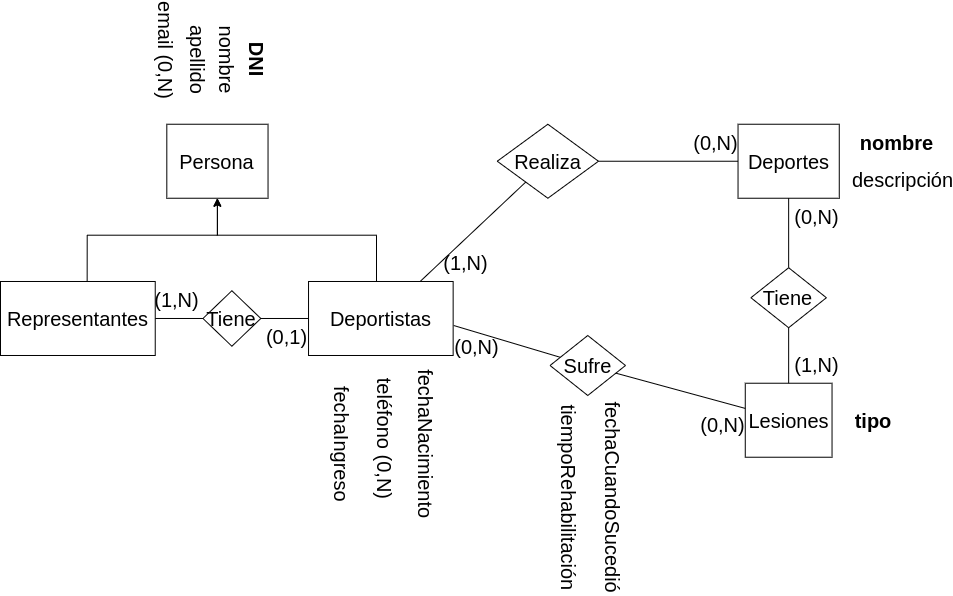
c97Ernesto/DisenioBasesDatos keeps this draw.io diagram as Practica/Practica1/drawios-png/ejercicio06P1.drawio.png. Above is the earlier version. Source tidied: cells renumbered, new cells last; positions are measured from the earlier drawing's top-left corner, leaving out a move shared by most shapes.
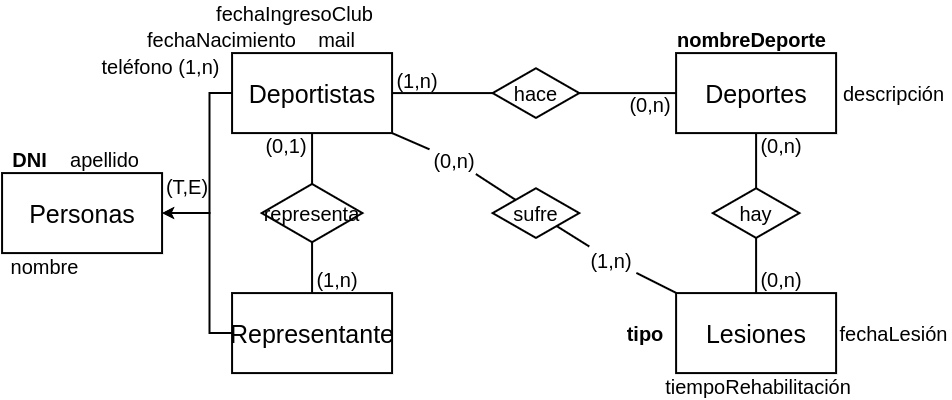
After the change.

Diff of the diagram source:
```diff
@@ -2,132 +2,141 @@
   <root>
     <mxCell id="0" />
     <mxCell id="1" parent="0" />
-    <mxCell id="2" value="Persona" style="whiteSpace=wrap;html=1;align=center;fontSize=20;" parent="1" vertex="1">
-      <mxGeometry x="166.3" y="92.7" width="101.2" height="74" as="geometry" />
-    </mxCell>
-    <mxCell id="3" value="Deportes" style="whiteSpace=wrap;html=1;align=center;fontSize=20;" parent="1" vertex="1">
-      <mxGeometry x="737.5" y="92.7" width="101.2" height="74" as="geometry" />
-    </mxCell>
-    <mxCell id="4" value="Realiza" style="shape=rhombus;perimeter=rhombusPerimeter;whiteSpace=wrap;html=1;align=center;fontSize=20;" parent="1" vertex="1">
-      <mxGeometry x="496.8" y="92.7" width="101.2" height="74" as="geometry" />
-    </mxCell>
+    <mxCell id="41" value="&lt;span style=&quot;font-size: 25px;&quot;&gt;Personas&lt;/span&gt;" style="whiteSpace=wrap;html=1;align=center;fontSize=20;strokeWidth=2;" parent="1" vertex="1">
+      <mxGeometry x="57.6" y="210.6" width="160" height="80" as="geometry" />
+    </mxCell>
+    <mxCell id="42" style="edgeStyle=orthogonalEdgeStyle;rounded=0;jettySize=auto;html=1;strokeWidth=2;" parent="1" edge="1" source="43" target="41">
+      <mxGeometry relative="1" as="geometry">
+        <Array as="points">
+          <mxPoint x="265" y="370.6" />
+          <mxPoint x="265" y="250.6" />
+        </Array>
+      </mxGeometry>
+    </mxCell>
+    <mxCell id="43" value="&lt;span style=&quot;font-size: 25px;&quot;&gt;Representante&lt;/span&gt;" style="whiteSpace=wrap;html=1;align=center;fontSize=20;strokeWidth=2;" parent="1" vertex="1">
+      <mxGeometry x="287.6" y="330.6" width="160" height="80" as="geometry" />
+    </mxCell>
+    <mxCell id="44" style="edgeStyle=orthogonalEdgeStyle;rounded=0;jettySize=auto;html=1;strokeWidth=2;" parent="1" edge="1" source="14" target="41">
+      <mxGeometry relative="1" as="geometry">
+        <Array as="points">
+          <mxPoint x="265" y="130.6" />
+          <mxPoint x="265" y="250.6" />
+        </Array>
+      </mxGeometry>
+    </mxCell>
+    <mxCell id="14" value="&lt;span style=&quot;font-size: 25px;&quot;&gt;Deportistas&lt;/span&gt;" style="whiteSpace=wrap;html=1;align=center;fontSize=20;strokeWidth=2;" parent="1" vertex="1">
+      <mxGeometry x="287.6" y="90.6" width="160" height="80" as="geometry" />
+    </mxCell>
+    <mxCell id="33" value="apellido" style="text;html=1;strokeColor=none;fillColor=none;align=center;verticalAlign=middle;whiteSpace=wrap;rounded=0;fontSize=20;strokeWidth=1;" parent="1" vertex="1">
+      <mxGeometry x="115" y="184" width="90.6" height="26.6" as="geometry" />
+    </mxCell>
+    <mxCell id="45" value="nombre" style="text;html=1;strokeColor=none;fillColor=none;align=center;verticalAlign=middle;whiteSpace=wrap;rounded=0;fontSize=20;" parent="1" vertex="1">
+      <mxGeometry x="55.6" y="290.6" width="89.4" height="26.6" as="geometry" />
+    </mxCell>
-    <mxCell id="5" value="&lt;b style=&quot;font-size: 20px;&quot;&gt;DNI&lt;/b&gt;" style="text;html=1;strokeColor=none;fillColor=none;align=center;verticalAlign=middle;whiteSpace=wrap;rounded=0;rotation=90;fontSize=20;" parent="1" vertex="1">
-      <mxGeometry x="214" y="9.5" width="86.8" height="37" as="geometry" />
+    <mxCell id="5" value="&lt;b&gt;DNI&lt;/b&gt;" style="text;html=1;strokeColor=none;fillColor=none;align=center;verticalAlign=middle;whiteSpace=wrap;rounded=0;fontSize=20;" parent="1" vertex="1">
+      <mxGeometry x="55.6" y="184" width="59.4" height="26.6" as="geometry" />
     </mxCell>
-    <mxCell id="6" value="fechaNacimiento" style="text;html=1;strokeColor=none;fillColor=none;align=center;verticalAlign=middle;whiteSpace=wrap;rounded=0;rotation=90;fontSize=20;" parent="1" vertex="1">
-      <mxGeometry x="354" y="394" width="144.8" height="37" as="geometry" />
+    <mxCell id="6" value="fechaNacimiento" style="text;html=1;strokeColor=none;fillColor=none;align=center;verticalAlign=middle;whiteSpace=wrap;rounded=0;fontSize=20;" parent="1" vertex="1">
+      <mxGeometry x="195" y="64" width="165.1" height="26.6" as="geometry" />
     </mxCell>
-    <mxCell id="7" value="teléfono (0,N)" style="text;html=1;strokeColor=none;fillColor=none;align=center;verticalAlign=middle;whiteSpace=wrap;rounded=0;rotation=90;fontSize=20;" parent="1" vertex="1">
-      <mxGeometry x="308" y="388.7" width="153.6" height="37" as="geometry" />
-    </mxCell>
-    <mxCell id="8" value="email (0,N)" style="text;html=1;strokeColor=none;fillColor=none;align=center;verticalAlign=middle;whiteSpace=wrap;rounded=0;rotation=90;fontSize=20;" parent="1" vertex="1">
-      <mxGeometry x="115.7" y="0.2" width="101.2" height="37" as="geometry" />
-    </mxCell>
-    <mxCell id="9" value="fechaIngreso" style="text;html=1;strokeColor=none;fillColor=none;align=center;verticalAlign=middle;whiteSpace=wrap;rounded=0;rotation=90;fontSize=20;" parent="1" vertex="1">
-      <mxGeometry x="279.9" y="394" width="125.7" height="37" as="geometry" />
-    </mxCell>
-    <mxCell id="10" value="&lt;b style=&quot;font-size: 20px;&quot;&gt;nombre&lt;/b&gt;" style="text;html=1;strokeColor=none;fillColor=none;align=center;verticalAlign=middle;whiteSpace=wrap;rounded=0;fontSize=20;" parent="1" vertex="1">
-      <mxGeometry x="853.2" y="92.7" width="86.8" height="37" as="geometry" />
-    </mxCell>
+    <mxCell id="46" value="mail" style="text;html=1;strokeColor=none;fillColor=none;align=center;verticalAlign=middle;whiteSpace=wrap;rounded=0;fontSize=20;" parent="1" vertex="1">
+      <mxGeometry x="360.1" y="64" width="64.9" height="26.6" as="geometry" />
+    </mxCell>
+    <mxCell id="47" value="teléfono (1,n)" style="text;html=1;strokeColor=none;fillColor=none;align=center;verticalAlign=middle;whiteSpace=wrap;rounded=0;fontSize=20;" parent="1" vertex="1">
+      <mxGeometry x="145" y="90.6" width="142.6" height="26.6" as="geometry" />
+    </mxCell>
+    <mxCell id="48" value="fechaIngresoClub" style="text;html=1;strokeColor=none;fillColor=none;align=center;verticalAlign=middle;whiteSpace=wrap;rounded=0;fontSize=20;" parent="1" vertex="1">
+      <mxGeometry x="267.9" y="37.4" width="165.1" height="26.6" as="geometry" />
+    </mxCell>
+    <mxCell id="49" value="(T,E)" style="text;html=1;strokeColor=none;fillColor=none;align=center;verticalAlign=middle;whiteSpace=wrap;rounded=0;fontSize=20;" parent="1" vertex="1">
+      <mxGeometry x="217.6" y="210.6" width="50.3" height="27.6" as="geometry" />
+    </mxCell>
+    <mxCell id="3" value="&lt;span style=&quot;font-size: 25px;&quot;&gt;Deportes&lt;/span&gt;" style="whiteSpace=wrap;html=1;align=center;fontSize=20;strokeWidth=2;" parent="1" vertex="1">
+      <mxGeometry x="731.6" y="90.6" width="160" height="80" as="geometry" />
+    </mxCell>
+    <mxCell id="50" value="hace" style="shape=rhombus;perimeter=rhombusPerimeter;whiteSpace=wrap;html=1;align=center;fontSize=20;strokeWidth=2;" parent="1" vertex="1">
+      <mxGeometry x="548.1" y="105.8" width="86.6" height="49.6" as="geometry" />
+    </mxCell>
+    <mxCell id="51" style="endArrow=none;html=1;rounded=0;fontSize=20;strokeWidth=2;" parent="1" edge="1" source="14" target="50">
+      <mxGeometry relative="1" as="geometry" />
+    </mxCell>
+    <mxCell id="52" style="endArrow=none;html=1;rounded=0;fontSize=20;strokeWidth=2;" parent="1" edge="1" source="50" target="3">
+      <mxGeometry relative="1" as="geometry" />
+    </mxCell>
+    <mxCell id="53" value="nombreDeporte" style="text;html=1;strokeColor=none;fillColor=none;align=center;verticalAlign=middle;whiteSpace=wrap;rounded=0;fontSize=20;fontStyle=1;" parent="1" vertex="1">
+      <mxGeometry x="731.6" y="64" width="150.6" height="26.6" as="geometry" />
+    </mxCell>
     <mxCell id="11" value="descripción" style="text;html=1;strokeColor=none;fillColor=none;align=center;verticalAlign=middle;whiteSpace=wrap;rounded=0;fontSize=20;" parent="1" vertex="1">
-      <mxGeometry x="858.5" y="129.7" width="86.8" height="37" as="geometry" />
+      <mxGeometry x="891.6" y="117.3" width="115" height="26.6" as="geometry" />
     </mxCell>
-    <mxCell id="12" value="Representantes" style="whiteSpace=wrap;html=1;align=center;fontSize=20;" parent="1" vertex="1">
-      <mxGeometry y="250" width="154.7" height="74" as="geometry" />
-    </mxCell>
-    <mxCell id="13" style="edgeStyle=orthogonalEdgeStyle;rounded=0;jettySize=auto;html=1;fontSize=20;" parent="1" edge="1" source="14" target="2">
-      <mxGeometry relative="1" as="geometry">
-        <Array as="points">
-          <mxPoint x="376" y="203.7" />
-          <mxPoint x="216.9" y="203.7" />
-        </Array>
-      </mxGeometry>
-    </mxCell>
-    <mxCell id="14" value="Deportistas" style="whiteSpace=wrap;html=1;align=center;fontSize=20;" parent="1" vertex="1">
-      <mxGeometry x="308" y="250" width="144.6" height="74" as="geometry" />
-    </mxCell>
-    <mxCell id="15" style="edgeStyle=orthogonalEdgeStyle;rounded=0;jettySize=auto;html=1;exitX=0.56;exitY=0;exitDx=0;exitDy=0;exitPerimeter=0;fontSize=20;" parent="1" edge="1" source="12" target="2">
-      <mxGeometry relative="1" as="geometry">
-        <Array as="points">
-          <mxPoint x="86.8" y="203.7" />
-          <mxPoint x="216.9" y="203.7" />
-        </Array>
-      </mxGeometry>
-    </mxCell>
-    <mxCell id="16" style="endArrow=none;html=1;rounded=0;fontSize=20;" parent="1" edge="1" source="14" target="4">
-      <mxGeometry relative="1" as="geometry" />
-    </mxCell>
-    <mxCell id="17" style="endArrow=none;html=1;rounded=0;fontSize=20;" parent="1" edge="1" source="4" target="3">
-      <mxGeometry relative="1" as="geometry" />
-    </mxCell>
-    <mxCell id="18" value="(0,N)" style="text;html=1;strokeColor=none;fillColor=none;align=center;verticalAlign=middle;whiteSpace=wrap;rounded=0;fontSize=20;" parent="1" vertex="1">
-      <mxGeometry x="694.2" y="92.7" width="43.4" height="37" as="geometry" />
-    </mxCell>
-    <mxCell id="19" value="(1,N)" style="text;html=1;strokeColor=none;fillColor=none;align=center;verticalAlign=middle;whiteSpace=wrap;rounded=0;fontSize=20;" parent="1" vertex="1">
-      <mxGeometry x="154.7" y="250" width="43.4" height="37" as="geometry" />
-    </mxCell>
-    <mxCell id="20" value="Tiene" style="shape=rhombus;perimeter=rhombusPerimeter;whiteSpace=wrap;html=1;align=center;fontSize=20;" parent="1" vertex="1">
-      <mxGeometry x="202.5" y="259.2" width="57.8" height="55.5" as="geometry" />
-    </mxCell>
-    <mxCell id="21" style="endArrow=none;html=1;rounded=0;fontSize=20;" parent="1" edge="1" source="12" target="20">
-      <mxGeometry relative="1" as="geometry" />
-    </mxCell>
-    <mxCell id="22" style="endArrow=none;html=1;rounded=0;fontSize=20;" parent="1" edge="1" source="20" target="14">
-      <mxGeometry relative="1" as="geometry" />
-    </mxCell>
+    <mxCell id="54" value="(1,n)" style="text;html=1;strokeColor=none;fillColor=none;align=center;verticalAlign=middle;whiteSpace=wrap;rounded=0;fontSize=20;" parent="1" vertex="1">
+      <mxGeometry x="447.6" y="104" width="50.3" height="27.6" as="geometry" />
+    </mxCell>
+    <mxCell id="55" value="(0,n)" style="text;html=1;strokeColor=none;fillColor=none;align=center;verticalAlign=middle;whiteSpace=wrap;rounded=0;fontSize=20;" parent="1" vertex="1">
+      <mxGeometry x="681.3" y="127.9" width="50.3" height="27.6" as="geometry" />
+    </mxCell>
+    <mxCell id="24" value="&lt;span style=&quot;font-size: 25px;&quot;&gt;Lesiones&lt;/span&gt;" style="whiteSpace=wrap;html=1;align=center;fontSize=20;strokeWidth=2;" parent="1" vertex="1">
+      <mxGeometry x="731.6" y="330.6" width="160" height="80" as="geometry" />
+    </mxCell>
+    <mxCell id="56" value="sufre" style="shape=rhombus;perimeter=rhombusPerimeter;whiteSpace=wrap;html=1;align=center;fontSize=20;strokeWidth=2;" parent="1" vertex="1">
+      <mxGeometry x="548.1" y="225.8" width="86.6" height="49.6" as="geometry" />
+    </mxCell>
+    <mxCell id="57" style="endArrow=none;html=1;rounded=0;fontSize=20;strokeWidth=2;" parent="1" edge="1" source="62" target="56">
+      <mxGeometry relative="1" as="geometry" />
+    </mxCell>
+    <mxCell id="58" style="endArrow=none;html=1;rounded=0;fontSize=20;strokeWidth=2;" parent="1" edge="1" source="60" target="24">
+      <mxGeometry relative="1" as="geometry" />
+    </mxCell>
+    <mxCell id="59" style="endArrow=none;html=1;rounded=0;fontSize=20;strokeWidth=2;" parent="1" edge="1" source="56" target="60">
+      <mxGeometry relative="1" as="geometry" />
+    </mxCell>
+    <mxCell id="60" value="(1,n)" style="text;html=1;strokeColor=none;fillColor=none;align=center;verticalAlign=middle;whiteSpace=wrap;rounded=0;fontSize=20;" parent="1" vertex="1">
+      <mxGeometry x="641.6" y="284" width="50.3" height="27.6" as="geometry" />
+    </mxCell>
+    <mxCell id="61" style="endArrow=none;html=1;rounded=0;fontSize=20;strokeWidth=2;exitX=1;exitY=1;exitDx=0;exitDy=0;" parent="1" edge="1" source="14" target="62">
+      <mxGeometry relative="1" as="geometry" />
+    </mxCell>
+    <mxCell id="62" value="(0,n)" style="text;html=1;strokeColor=none;fillColor=none;align=center;verticalAlign=middle;whiteSpace=wrap;rounded=0;fontSize=20;" parent="1" vertex="1">
+      <mxGeometry x="485" y="184" width="50.3" height="27.6" as="geometry" />
+    </mxCell>
+    <mxCell id="63" value="fechaLesión" style="text;html=1;strokeColor=none;fillColor=none;align=center;verticalAlign=middle;whiteSpace=wrap;rounded=0;fontSize=20;" parent="1" vertex="1">
+      <mxGeometry x="891.6" y="357.3" width="115" height="26.6" as="geometry" />
+    </mxCell>
+    <mxCell id="35" value="tiempoRehabilitación" style="text;html=1;strokeColor=none;fillColor=none;align=center;verticalAlign=middle;whiteSpace=wrap;rounded=0;fontSize=20;" parent="1" vertex="1">
+      <mxGeometry x="715.4" y="410.6" width="197.5" height="26.6" as="geometry" />
+    </mxCell>
+    <mxCell id="29" value="tipo" style="text;html=1;strokeColor=none;fillColor=none;align=center;verticalAlign=middle;whiteSpace=wrap;rounded=0;fontSize=20;fontStyle=1;" parent="1" vertex="1">
+      <mxGeometry x="671.5" y="357.3" width="60.1" height="26.6" as="geometry" />
+    </mxCell>
+    <mxCell id="64" value="hay" style="shape=rhombus;perimeter=rhombusPerimeter;whiteSpace=wrap;html=1;align=center;fontSize=20;strokeWidth=2;" parent="1" vertex="1">
+      <mxGeometry x="768.3" y="225.8" width="86.6" height="49.6" as="geometry" />
+    </mxCell>
+    <mxCell id="65" style="endArrow=none;html=1;rounded=0;fontSize=20;strokeWidth=2;" parent="1" edge="1" source="64" target="3">
+      <mxGeometry relative="1" as="geometry" />
+    </mxCell>
+    <mxCell id="66" style="endArrow=none;html=1;rounded=0;fontSize=20;strokeWidth=2;" parent="1" edge="1" source="24" target="64">
+      <mxGeometry relative="1" as="geometry" />
+    </mxCell>
+    <mxCell id="67" value="(0,n)" style="text;html=1;strokeColor=none;fillColor=none;align=center;verticalAlign=middle;whiteSpace=wrap;rounded=0;fontSize=20;" parent="1" vertex="1">
+      <mxGeometry x="811.6" y="169.6" width="50.3" height="27.6" as="geometry" />
+    </mxCell>
+    <mxCell id="68" value="(0,n)" style="text;html=1;strokeColor=none;fillColor=none;align=center;verticalAlign=middle;whiteSpace=wrap;rounded=0;fontSize=20;" parent="1" vertex="1">
+      <mxGeometry x="811.6" y="303" width="50.3" height="27.6" as="geometry" />
+    </mxCell>
+    <mxCell id="69" value="representa" style="shape=rhombus;perimeter=rhombusPerimeter;whiteSpace=wrap;html=1;align=center;fontSize=20;strokeWidth=2;" parent="1" vertex="1">
+      <mxGeometry x="317.2" y="221.4" width="100.7" height="58.2" as="geometry" />
+    </mxCell>
+    <mxCell id="70" style="endArrow=none;html=1;rounded=0;fontSize=20;strokeWidth=2;" parent="1" edge="1" source="14" target="69">
+      <mxGeometry relative="1" as="geometry" />
+    </mxCell>
+    <mxCell id="71" style="endArrow=none;html=1;rounded=0;fontSize=20;strokeWidth=2;" parent="1" edge="1" source="69" target="43">
+      <mxGeometry relative="1" as="geometry" />
+    </mxCell>
     <mxCell id="23" value="(0,1)" style="text;html=1;strokeColor=none;fillColor=none;align=center;verticalAlign=middle;whiteSpace=wrap;rounded=0;fontSize=20;" parent="1" vertex="1">
-      <mxGeometry x="264.6" y="287" width="43.4" height="37" as="geometry" />
+      <mxGeometry x="317.2" y="169.6" width="50.3" height="27.6" as="geometry" />
     </mxCell>
-    <mxCell id="24" value="Lesiones" style="whiteSpace=wrap;html=1;align=center;fontSize=20;" parent="1" vertex="1">
-      <mxGeometry x="744.8" y="351.7" width="86.8" height="74" as="geometry" />
-    </mxCell>
-    <mxCell id="25" value="Sufre" style="shape=rhombus;perimeter=rhombusPerimeter;whiteSpace=wrap;html=1;align=center;fontSize=20;" parent="1" vertex="1">
-      <mxGeometry x="549.5" y="304" width="75.5" height="60" as="geometry" />
-    </mxCell>
-    <mxCell id="26" style="endArrow=none;html=1;rounded=0;fontSize=20;" parent="1" edge="1" source="25" target="24">
-      <mxGeometry relative="1" as="geometry" />
-    </mxCell>
-    <mxCell id="27" style="endArrow=none;html=1;rounded=0;fontSize=20;exitX=1.004;exitY=0.595;exitDx=0;exitDy=0;exitPerimeter=0;" parent="1" edge="1" source="14" target="25">
-      <mxGeometry relative="1" as="geometry" />
-    </mxCell>
-    <mxCell id="28" value="(0,N)" style="text;html=1;strokeColor=none;fillColor=none;align=center;verticalAlign=middle;whiteSpace=wrap;rounded=0;fontSize=20;" parent="1" vertex="1">
-      <mxGeometry x="455.4" y="296.2" width="43.4" height="37" as="geometry" />
-    </mxCell>
-    <mxCell id="29" value="&lt;span style=&quot;font-size: 20px;&quot;&gt;&lt;b&gt;tipo&lt;/b&gt;&lt;/span&gt;" style="text;html=1;strokeColor=none;fillColor=none;align=center;verticalAlign=middle;whiteSpace=wrap;rounded=0;fontSize=20;" parent="1" vertex="1">
-      <mxGeometry x="845" y="374.5" width="56.2" height="28.5" as="geometry" />
-    </mxCell>
-    <mxCell id="30" value="(0,N)" style="text;html=1;strokeColor=none;fillColor=none;align=center;verticalAlign=middle;whiteSpace=wrap;rounded=0;fontSize=20;" parent="1" vertex="1">
-      <mxGeometry x="701.4" y="374.5" width="43.4" height="37" as="geometry" />
-    </mxCell>
-    <mxCell id="31" value="(1,N)" style="text;html=1;strokeColor=none;fillColor=none;align=center;verticalAlign=middle;whiteSpace=wrap;rounded=0;fontSize=20;" parent="1" vertex="1">
-      <mxGeometry x="444" y="213" width="43.4" height="37" as="geometry" />
-    </mxCell>
-    <mxCell id="32" value="nombre" style="text;html=1;strokeColor=none;fillColor=none;align=center;verticalAlign=middle;whiteSpace=wrap;rounded=0;rotation=90;fontSize=20;" parent="1" vertex="1">
-      <mxGeometry x="183.7" y="9.5" width="86.8" height="37" as="geometry" />
-    </mxCell>
-    <mxCell id="33" value="apellido" style="text;html=1;strokeColor=none;fillColor=none;align=center;verticalAlign=middle;whiteSpace=wrap;rounded=0;rotation=90;fontSize=20;" parent="1" vertex="1">
-      <mxGeometry x="154.7" y="9.5" width="86.8" height="37" as="geometry" />
-    </mxCell>
-    <mxCell id="34" value="fechaCuandoSucedió" style="text;html=1;strokeColor=none;fillColor=none;align=center;verticalAlign=middle;whiteSpace=wrap;rounded=0;rotation=90;fontSize=20;" parent="1" vertex="1">
-      <mxGeometry x="515" y="447.8" width="195.5" height="37" as="geometry" />
-    </mxCell>
-    <mxCell id="35" value="tiempoRehabilitación" style="text;html=1;strokeColor=none;fillColor=none;align=center;verticalAlign=middle;whiteSpace=wrap;rounded=0;rotation=90;fontSize=20;" parent="1" vertex="1">
-      <mxGeometry x="473.9" y="447.8" width="189" height="37" as="geometry" />
-    </mxCell>
-    <mxCell id="36" style="endArrow=none;html=1;rounded=0;fontSize=20;" parent="1" edge="1" source="37" target="3">
-      <mxGeometry relative="1" as="geometry" />
-    </mxCell>
-    <mxCell id="37" value="Tiene" style="shape=rhombus;perimeter=rhombusPerimeter;whiteSpace=wrap;html=1;align=center;fontSize=20;" parent="1" vertex="1">
-      <mxGeometry x="750.4" y="236.2" width="75.5" height="60" as="geometry" />
-    </mxCell>
-    <mxCell id="38" style="endArrow=none;html=1;rounded=0;fontSize=20;" parent="1" edge="1" source="24" target="37">
-      <mxGeometry relative="1" as="geometry" />
-    </mxCell>
-    <mxCell id="39" value="(0,N)" style="text;html=1;strokeColor=none;fillColor=none;align=center;verticalAlign=middle;whiteSpace=wrap;rounded=0;fontSize=20;" parent="1" vertex="1">
-      <mxGeometry x="795.4" y="166.7" width="43.4" height="37" as="geometry" />
-    </mxCell>
-    <mxCell id="40" value="(1,N)" style="text;html=1;strokeColor=none;fillColor=none;align=center;verticalAlign=middle;whiteSpace=wrap;rounded=0;fontSize=20;" parent="1" vertex="1">
-      <mxGeometry x="795.4" y="314.7" width="43.4" height="37" as="geometry" />
-    </mxCell>
+    <mxCell id="72" value="(1,n)" style="text;html=1;strokeColor=none;fillColor=none;align=center;verticalAlign=middle;whiteSpace=wrap;rounded=0;fontSize=20;" parent="1" vertex="1">
+      <mxGeometry x="367.6" y="303" width="50.3" height="27.6" as="geometry" />
+    </mxCell>
   </root>
 </mxGraphModel>
```
